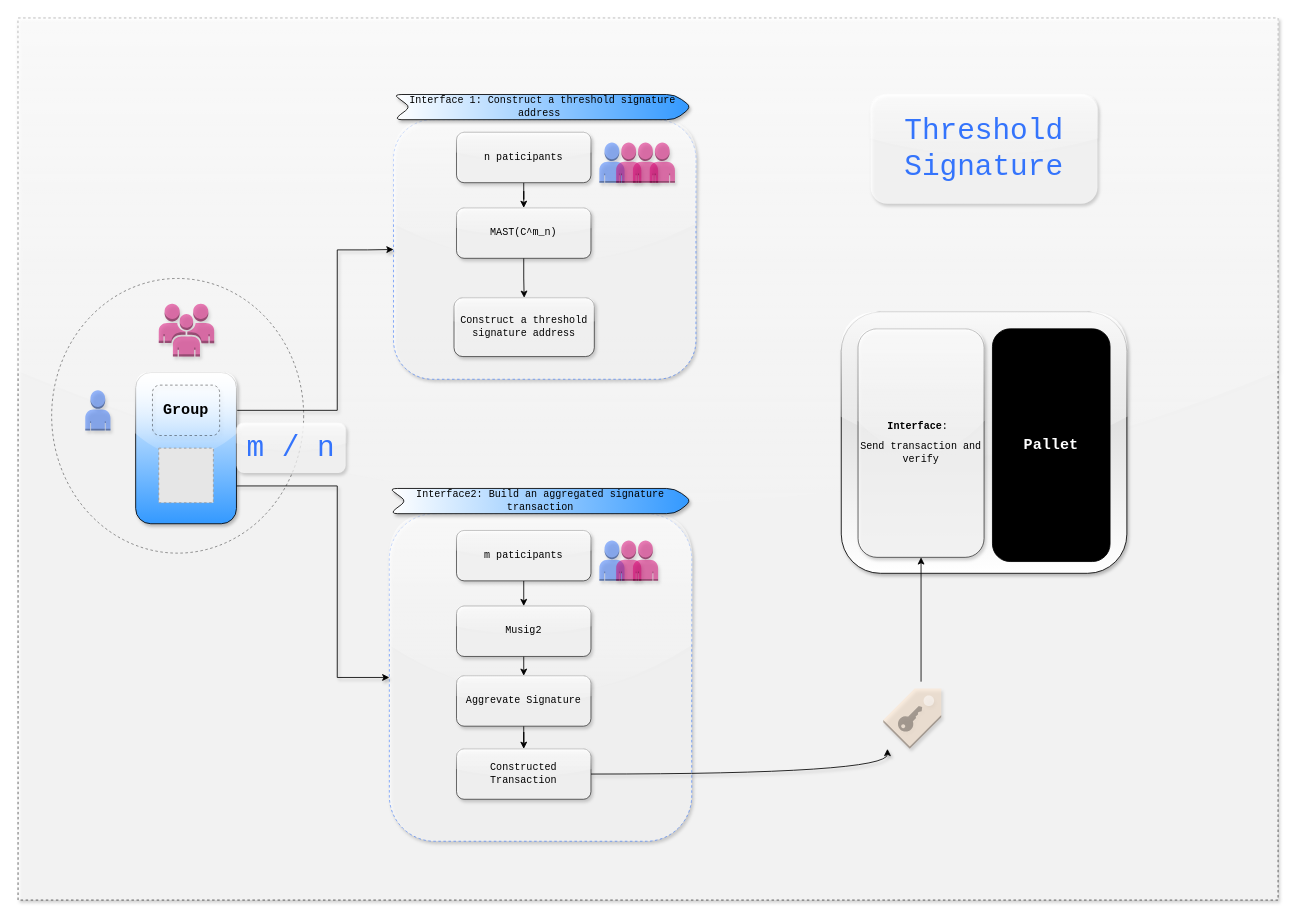
0xrjman/resources keeps this draw.io diagram as drawio/threshold_signature-2.drawio. Above is the earlier version. Source tidied: cells renumbered, new cells numbered last; positions are measured from the earlier drawing's top-left corner, leaving out a move shared by most shapes. Both pictures are drawn from the tidied source at 84%, with x=0, y=0 at pixel (18, 18). Pictures stored in the file or linked from it are replaced by grey dashed boxes.
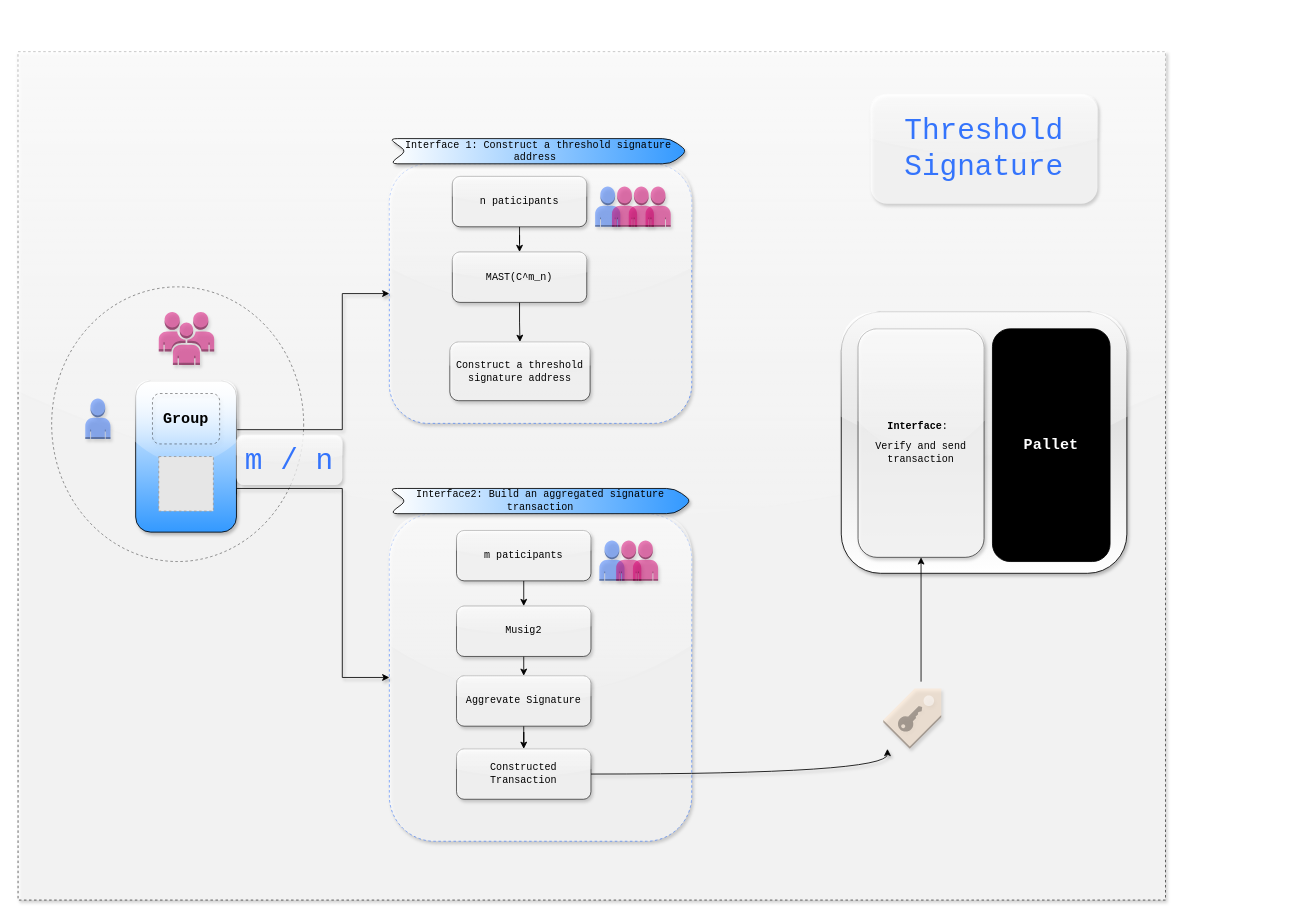
After the change.

The change refers to these unchanged cells:
```xml
<mxCell id="3" style="rounded=1;whiteSpace=wrap;html=1;dashed=1;opacity=70;strokeColor=#3474FC;fontFamily=Courier New;shadow=1;glass=1;" parent="1" vertex="1">
  <mxGeometry x="442" y="590" width="360" height="390" as="geometry" />
</mxCell>
```

The edit, as a diff of the source:
```diff
@@
     <mxCell id="2" style="rounded=0;whiteSpace=wrap;html=1;shadow=1;glass=1;dashed=1;gradientDirection=south;opacity=70;fontFamily=Courier New;" parent="1" vertex="1">
-      <mxGeometry width="1500" height="1050" as="geometry" />
+      <mxGeometry y="40" width="1366" height="1010" as="geometry" />
     </mxCell>
@@
     <mxCell id="4" style="ellipse;whiteSpace=wrap;html=1;gradientColor=none;gradientDirection=north;fillColor=none;dashed=1;opacity=50;fontFamily=Courier New;shadow=0;sketch=0;" parent="1" vertex="1">
-      <mxGeometry x="40" y="310" width="300" height="327" as="geometry" />
+      <mxGeometry x="40" y="320" width="300" height="327" as="geometry" />
     </mxCell>
     <mxCell id="5" style="rounded=1;whiteSpace=wrap;html=1;dashed=1;opacity=70;strokeColor=#3474FC;fontFamily=Courier New;shadow=1;glass=1;" parent="1" vertex="1">
-      <mxGeometry x="447" y="121" width="360" height="309" as="geometry" />
+      <mxGeometry x="442" y="173.5" width="360" height="309" as="geometry" />
     </mxCell>
     <mxCell id="6" style="edgeStyle=orthogonalEdgeStyle;rounded=0;jettySize=auto;html=1;entryX=0;entryY=0.5;entryDx=0;entryDy=0;fontFamily=Courier New;exitX=1;exitY=0.25;exitDx=0;exitDy=0;shadow=1;" parent="1" edge="1" source="8" target="5">
       <mxGeometry relative="1" as="geometry">
         <Array as="points">
-          <mxPoint x="380" y="467" />
-          <mxPoint x="380" y="276" />
-          <mxPoint x="416" y="276" />
+          <mxPoint x="260" y="490" />
+          <mxPoint x="386" y="490" />
+          <mxPoint x="386" y="328" />
         </Array>
       </mxGeometry>
     </mxCell>
     <mxCell id="7" style="edgeStyle=orthogonalEdgeStyle;rounded=0;jettySize=auto;html=1;exitX=1;exitY=0.75;exitDx=0;exitDy=0;entryX=0;entryY=0.5;entryDx=0;entryDy=0;startArrow=none;fontFamily=Courier New;shadow=1;" parent="1" edge="1" source="8" target="3">
       <mxGeometry relative="1" as="geometry">
         <Array as="points">
-          <mxPoint x="380" y="557" />
-          <mxPoint x="380" y="785" />
+          <mxPoint x="260" y="560" />
+          <mxPoint x="386" y="560" />
+          <mxPoint x="386" y="785" />
         </Array>
       </mxGeometry>
     </mxCell>
     <mxCell id="8" style="rounded=1;whiteSpace=wrap;html=1;gradientDirection=south;gradientColor=#3399FF;fontFamily=Courier New;shadow=1;glass=1;" parent="1" vertex="1">
-      <mxGeometry x="140" y="422" width="120" height="180" as="geometry" />
+      <mxGeometry x="140" y="432" width="120" height="180" as="geometry" />
     </mxCell>
@@
     <mxCell id="12" value="n paticipants" style="rounded=1;whiteSpace=wrap;html=1;fontFamily=Courier New;shadow=1;glass=1;opacity=70;" parent="1" vertex="1">
-      <mxGeometry x="522" y="136" width="160" height="60" as="geometry" />
+      <mxGeometry x="517" y="188.5" width="160" height="60" as="geometry" />
     </mxCell>
     <mxCell id="13" value="MAST(C^m_n)" style="whiteSpace=wrap;html=1;rounded=1;fontFamily=Courier New;shadow=1;glass=1;opacity=70;" parent="1" vertex="1">
-      <mxGeometry x="522" y="226" width="160" height="60" as="geometry" />
+      <mxGeometry x="517" y="278.5" width="160" height="60" as="geometry" />
     </mxCell>
@@
-    <mxCell id="15" value="&lt;div class=&quot;lake-content&quot;&gt;&lt;p id=&quot;u96f5ad3a&quot; class=&quot;ne-p&quot; style=&quot;margin: 0 ; padding: 0 ; min-height: 24px&quot;&gt;&lt;span class=&quot;ne-text&quot;&gt;&lt;b&gt;Interface&lt;/b&gt;:&amp;nbsp;&lt;/span&gt;&lt;/p&gt;&lt;p id=&quot;u96f5ad3a&quot; class=&quot;ne-p&quot; style=&quot;margin: 0 ; padding: 0 ; min-height: 24px&quot;&gt;&lt;span class=&quot;ne-text&quot;&gt;Send transaction and verify&lt;/span&gt;&lt;/p&gt;&lt;/div&gt;" style="whiteSpace=wrap;html=1;rounded=1;fontFamily=Courier New;glass=1;shadow=1;opacity=70;" parent="1" vertex="1">
+    <mxCell id="15" value="&lt;div class=&quot;lake-content&quot;&gt;&lt;p id=&quot;u96f5ad3a&quot; class=&quot;ne-p&quot; style=&quot;margin: 0 ; padding: 0 ; min-height: 24px&quot;&gt;&lt;span class=&quot;ne-text&quot;&gt;&lt;b&gt;Interface&lt;/b&gt;:&amp;nbsp;&lt;/span&gt;&lt;/p&gt;&lt;p id=&quot;u96f5ad3a&quot; class=&quot;ne-p&quot; style=&quot;margin: 0 ; padding: 0 ; min-height: 24px&quot;&gt;&lt;span class=&quot;ne-text&quot;&gt;&lt;span&gt;Verify and&amp;nbsp;&lt;/span&gt;send transaction&lt;/span&gt;&lt;/p&gt;&lt;/div&gt;" style="whiteSpace=wrap;html=1;rounded=1;fontFamily=Courier New;glass=1;shadow=1;opacity=70;" parent="1" vertex="1">
       <mxGeometry x="1000" y="370" width="150" height="272" as="geometry" />
     </mxCell>
@@
     <mxCell id="18" value="&lt;div class=&quot;lake-content&quot;&gt;&lt;p id=&quot;ue9b982ec&quot; class=&quot;ne-p&quot; style=&quot;margin: 0 ; padding: 0 ; min-height: 24px&quot;&gt;&lt;span&gt;Construct a threshold signature address&lt;/span&gt;&lt;br&gt;&lt;/p&gt;&lt;/div&gt;" style="whiteSpace=wrap;html=1;rounded=1;fontFamily=Courier New;shadow=1;glass=1;opacity=70;" parent="1" vertex="1">
-      <mxGeometry x="519" y="333" width="167" height="70" as="geometry" />
+      <mxGeometry x="514" y="385.5" width="167" height="70" as="geometry" />
     </mxCell>
     <mxCell id="19" value="&lt;div class=&quot;lake-content&quot;&gt;&lt;span class=&quot;ne-text&quot;&gt;Interface 1: Construct a threshold signature address&amp;nbsp;&lt;/span&gt;&lt;/div&gt;" style="shape=step;perimeter=stepPerimeter;whiteSpace=wrap;html=1;fixedSize=1;gradientDirection=east;fontFamily=Courier New;shadow=1;rounded=1;gradientColor=#3399FF;" parent="1" vertex="1">
-      <mxGeometry x="447" y="91" width="355" height="30" as="geometry" />
+      <mxGeometry x="442" y="143.5" width="355" height="30" as="geometry" />
     </mxCell>
@@
     <mxCell id="29" style="fillColor=#E6E6E6;strokeColor=#999999;dashed=1;verticalLabelPosition=bottom;labelBackgroundColor=#ffffff;verticalAlign=top;fontFamily=Courier New;" parent="1" vertex="1">
-      <mxGeometry x="167.5" y="512" width="65" height="65" as="geometry" />
+      <mxGeometry x="167.5" y="522" width="65" height="65" as="geometry" />
     </mxCell>
     <mxCell id="30" value="&lt;font style=&quot;font-size: 18px&quot;&gt;&lt;b&gt;Group&lt;/b&gt;&lt;/font&gt;" style="rounded=1;whiteSpace=wrap;html=1;gradientDirection=north;fillColor=none;dashed=1;opacity=50;glass=1;shadow=1;fontFamily=Courier New;" parent="1" vertex="1">
-      <mxGeometry x="160" y="437" width="80" height="60" as="geometry" />
+      <mxGeometry x="160" y="447" width="80" height="60" as="geometry" />
     </mxCell>
     <mxCell id="31" style="dashed=0;verticalLabelPosition=bottom;verticalAlign=top;align=center;html=1;shape=mxgraph.aws3.user;gradientColor=none;shadow=1;glass=1;strokeColor=#000000;opacity=50;fillColor=#3474FC;fontFamily=Courier New;" parent="1" vertex="1">
-      <mxGeometry x="80" y="443" width="30" height="48" as="geometry" />
+      <mxGeometry x="80" y="453" width="30" height="48" as="geometry" />
     </mxCell>
     <mxCell id="32" style="dashed=0;verticalLabelPosition=bottom;verticalAlign=top;align=center;html=1;shape=mxgraph.aws3.users;fillColor=#d80073;shadow=1;glass=1;strokeColor=#A50040;opacity=50;fontColor=#ffffff;fontFamily=Courier New;" parent="1" vertex="1">
-      <mxGeometry x="167.5" y="340" width="66" height="63" as="geometry" />
+      <mxGeometry x="167.5" y="350" width="66" height="63" as="geometry" />
     </mxCell>
@@
     <mxCell id="36" style="dashed=0;verticalLabelPosition=bottom;verticalAlign=top;align=center;html=1;shape=mxgraph.aws3.user;gradientColor=none;shadow=1;glass=1;strokeColor=#000000;opacity=50;fillColor=#3474FC;fontFamily=Courier New;" parent="1" vertex="1">
-      <mxGeometry x="692" y="148" width="30" height="48" as="geometry" />
+      <mxGeometry x="687" y="200.5" width="30" height="48" as="geometry" />
     </mxCell>
     <mxCell id="37" style="dashed=0;verticalLabelPosition=bottom;verticalAlign=top;align=center;html=1;shape=mxgraph.aws3.user;shadow=1;glass=1;strokeColor=#A50040;opacity=50;fillColor=#d80073;fontColor=#ffffff;fontFamily=Courier New;" parent="1" vertex="1">
-      <mxGeometry x="712" y="148" width="30" height="48" as="geometry" />
+      <mxGeometry x="707" y="200.5" width="30" height="48" as="geometry" />
     </mxCell>
     <mxCell id="38" style="dashed=0;verticalLabelPosition=bottom;verticalAlign=top;align=center;html=1;shape=mxgraph.aws3.user;shadow=1;glass=1;strokeColor=#A50040;opacity=50;fillColor=#d80073;fontColor=#ffffff;fontFamily=Courier New;" parent="1" vertex="1">
-      <mxGeometry x="732" y="148" width="30" height="48" as="geometry" />
+      <mxGeometry x="727" y="200.5" width="30" height="48" as="geometry" />
     </mxCell>
     <mxCell id="39" style="dashed=0;verticalLabelPosition=bottom;verticalAlign=top;align=center;html=1;shape=mxgraph.aws3.user;shadow=1;glass=1;strokeColor=#A50040;opacity=50;fillColor=#d80073;fontColor=#ffffff;fontFamily=Courier New;" parent="1" vertex="1">
-      <mxGeometry x="752" y="148" width="30" height="48" as="geometry" />
+      <mxGeometry x="747" y="200.5" width="30" height="48" as="geometry" />
     </mxCell>
@@
     <mxCell id="42" value="&lt;font style=&quot;font-size: 35px&quot; color=&quot;#3474fc&quot;&gt;m / n&lt;/font&gt;" style="text;html=1;align=center;verticalAlign=middle;whiteSpace=wrap;rounded=1;shadow=1;glass=1;dashed=1;opacity=70;fillColor=#ffffff;fontFamily=Courier New;fontSize=35;" parent="1" vertex="1">
-      <mxGeometry x="260" y="482.5" width="130" height="59" as="geometry" />
+      <mxGeometry x="260" y="497" width="126" height="59" as="geometry" />
     </mxCell>
```
